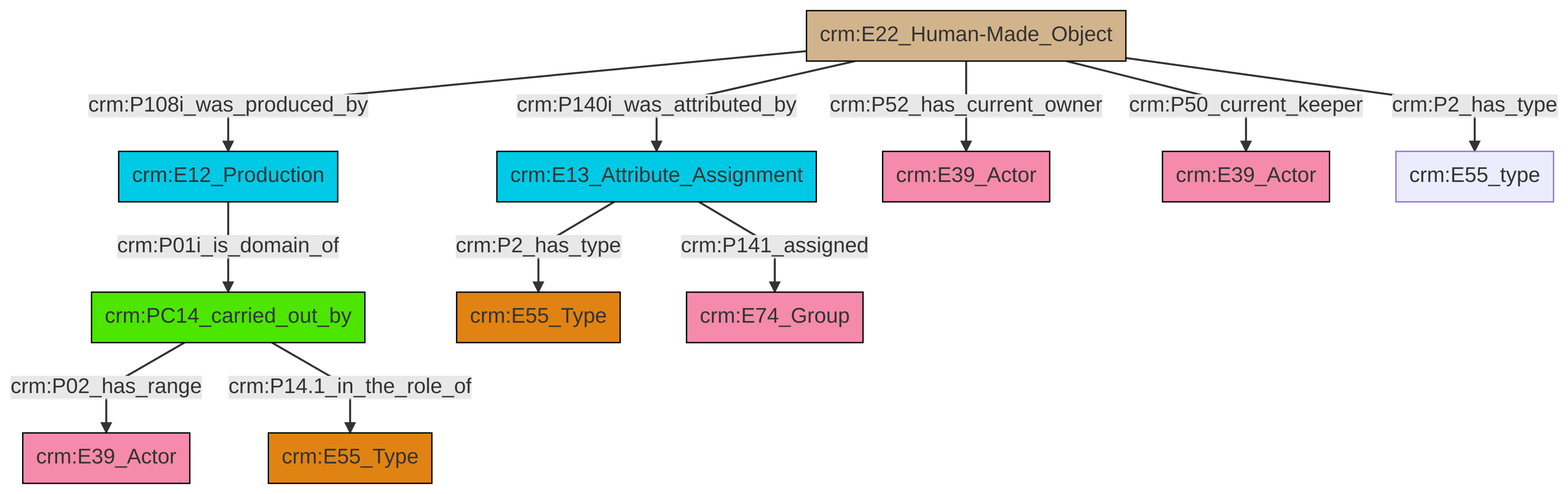
Above: et/artworkCSV/ttl/mmd/png/Artwork_Actor_Relations.png in swiss-art-research-net/docs.swissartresearch (Mermaid), before the change. Its source is kept beside it as et/artworkCSV/ttl/mmd/Artwork_Actor_Relations.ttl.mmd.
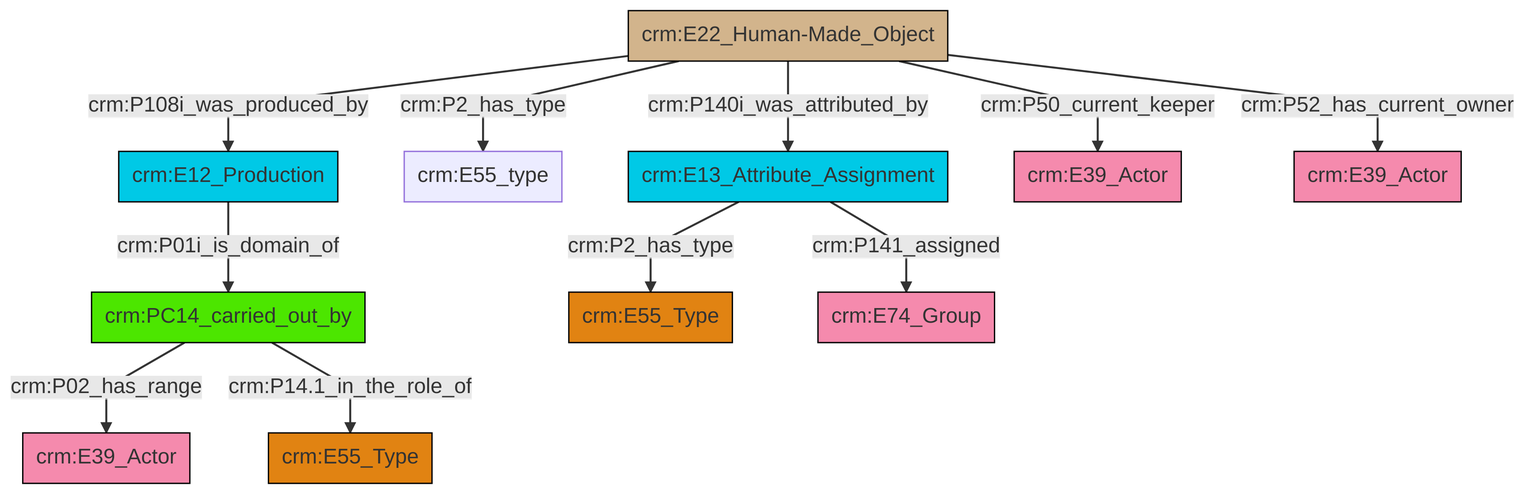
Above is the later version.

Diff of the diagram source:
```diff
@@ -14,12 +14,12 @@
 classDef Multi fill:#cccccc,stroke:#000000;
 
 0["crm:PC14_carried_out_by"]:::PC_Classes -->|crm:P02_has_range| 1["crm:E39_Actor"]:::Actor
-2["crm:E12_Production"]:::Temporal_Entity -->|crm:P01i_is_domain_of| 0["crm:PC14_carried_out_by"]:::PC_Classes
-0["crm:PC14_carried_out_by"]:::PC_Classes -->|crm:P14.1_in_the_role_of| 8["crm:E55_Type"]:::Type
-4["crm:E22_Human-Made_Object"]:::Physical_Thing -->|crm:P108i_was_produced_by| 2["crm:E12_Production"]:::Temporal_Entity
-4["crm:E22_Human-Made_Object"]:::Physical_Thing -->|crm:P52_has_current_owner| 11["crm:E39_Actor"]:::Actor
-4["crm:E22_Human-Made_Object"]:::Physical_Thing -->|crm:P140i_was_attributed_by| 6["crm:E13_Attribute_Assignment"]:::Temporal_Entity
-4["crm:E22_Human-Made_Object"]:::Physical_Thing -->|crm:P50_current_keeper| 13["crm:E39_Actor"]:::Actor
-6["crm:E13_Attribute_Assignment"]:::Temporal_Entity -->|crm:P2_has_type| 9["crm:E55_Type"]:::Type
-6["crm:E13_Attribute_Assignment"]:::Temporal_Entity -->|crm:P141_assigned| 16["crm:E74_Group"]:::Actor
-4["crm:E22_Human-Made_Object"]:::Physical_Thing -->|crm:P2_has_type| 21["crm:E55_type"]:::Default
+2["crm:E13_Attribute_Assignment"]:::Temporal_Entity -->|crm:P2_has_type| 9["crm:E55_Type"]:::Type
+10["crm:E12_Production"]:::Temporal_Entity -->|crm:P01i_is_domain_of| 0["crm:PC14_carried_out_by"]:::PC_Classes
+0["crm:PC14_carried_out_by"]:::PC_Classes -->|crm:P14.1_in_the_role_of| 4["crm:E55_Type"]:::Type
+12["crm:E22_Human-Made_Object"]:::Physical_Thing -->|crm:P50_current_keeper| 13["crm:E39_Actor"]:::Actor
+12["crm:E22_Human-Made_Object"]:::Physical_Thing -->|crm:P140i_was_attributed_by| 2["crm:E13_Attribute_Assignment"]:::Temporal_Entity
+12["crm:E22_Human-Made_Object"]:::Physical_Thing -->|crm:P108i_was_produced_by| 10["crm:E12_Production"]:::Temporal_Entity
+12["crm:E22_Human-Made_Object"]:::Physical_Thing -->|crm:P2_has_type| 7["crm:E55_type"]:::Default
+12["crm:E22_Human-Made_Object"]:::Physical_Thing -->|crm:P52_has_current_owner| 18["crm:E39_Actor"]:::Actor
+2["crm:E13_Attribute_Assignment"]:::Temporal_Entity -->|crm:P141_assigned| 21["crm:E74_Group"]:::Actor
```
